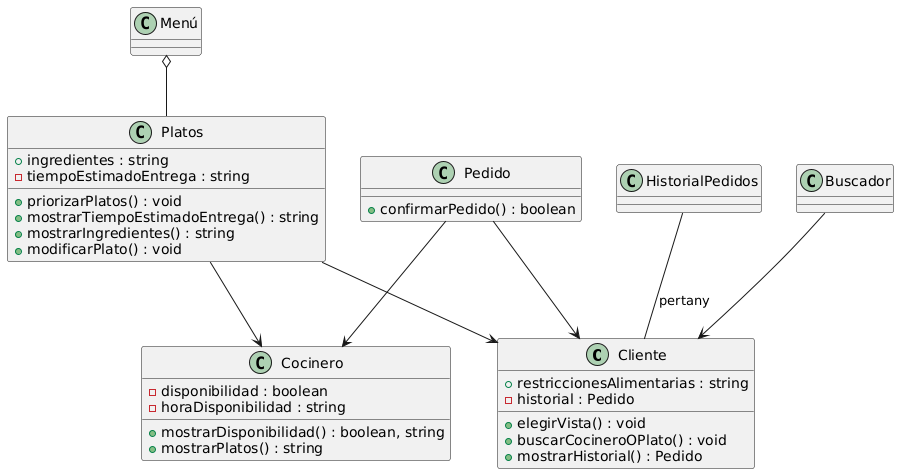
dabien3/ES25UAB-511-05 keeps this PlantUML diagram as documents/Diagrama Clases/Diagramas/bloq2_diagrama_clase.png. Above is the earlier version.
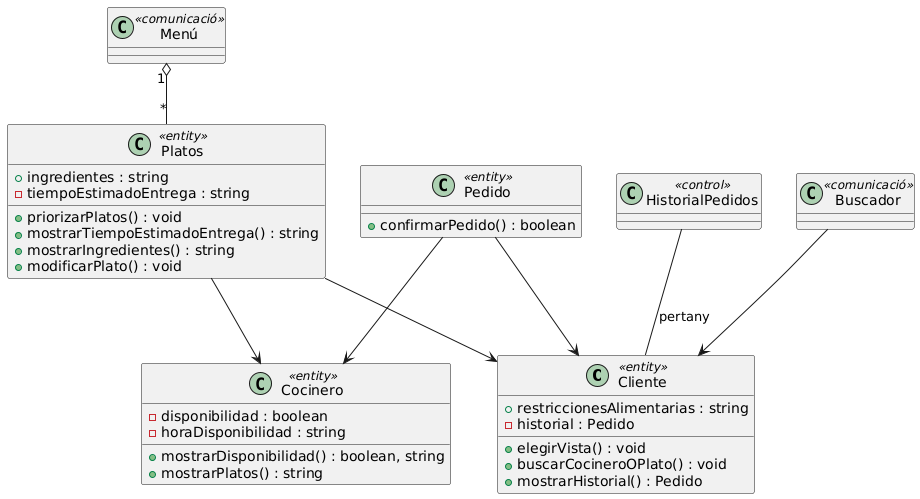
After the change.

Commit message:
updated bloq1,bloq2 diagrama classe

The edit, as a diff of the source:
```diff
@@ -1,5 +1,5 @@
 @startuml
-class Cliente
+class Cliente <<entity>>
 {
    +restriccionesAlimentarias : string
    +elegirVista() : void
@@ -7,18 +7,18 @@
    -historial : Pedido
    +mostrarHistorial() : Pedido
 }
-class Cocinero
+class Cocinero <<entity>>
 {
    -disponibilidad : boolean
    -horaDisponibilidad : string
    +mostrarDisponibilidad() : boolean, string
    +mostrarPlatos() : string
 }
-class Pedido
+class Pedido <<entity>>
 {
    +confirmarPedido() : boolean
 }
-class Platos
+class Platos <<entity>>
 {
    +ingredientes : string
    -tiempoEstimadoEntrega : string
@@ -28,14 +28,14 @@
    +modificarPlato() : void
 }
 
-class Menú
-class Buscador
-class HistorialPedidos
+class Menú <<comunicació>>
+class Buscador <<comunicació>>
+class HistorialPedidos <<control>>
 Pedido --> Cliente
 Pedido --> Cocinero
 Platos --> Cliente
 Platos --> Cocinero
 HistorialPedidos -- Cliente : pertany
-Menú o-- Platos
+Menú "1" o-- "*" Platos
 Buscador --> Cliente
 @enduml
```
